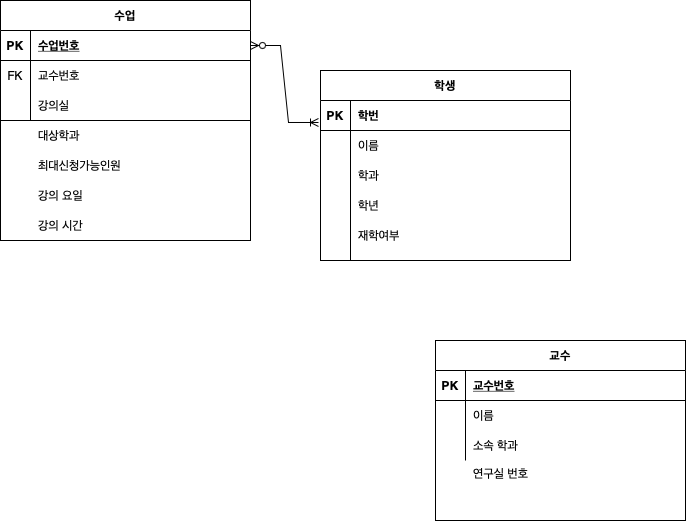
Before: Data Modeling/수강신청.drawio.png, a diagram exported from draw.io (ikkjun/SQL). Source tidied: cells renumbered, new cells last; positions are measured from the earlier drawing's top-left corner, leaving out a move shared by most shapes.
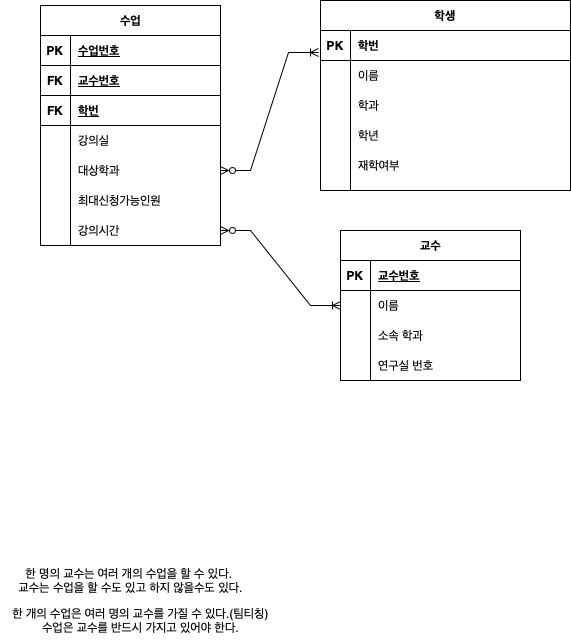
After the commit.

Commit message:
수강신청.drawio.png 업데이트

Diff of the diagram source:
```diff
@@ -2,102 +2,6 @@
   <root>
     <mxCell id="0" />
     <mxCell id="1" parent="0" />
-    <mxCell id="2" value="교수" style="shape=table;startSize=30;rowLines=0;fontStyle=1;align=center;" parent="1" vertex="1">
-      <mxGeometry x="435" y="340" width="250" height="180" as="geometry" />
-    </mxCell>
-    <mxCell id="3" style="shape=partialRectangle;fillColor=none;top=0;left=0;right=0;bottom=1;" parent="2" vertex="1">
-      <mxGeometry y="30" width="250" height="30" as="geometry" />
-    </mxCell>
-    <mxCell id="4" value="PK" style="shape=partialRectangle;overflow=hidden;fillColor=none;top=0;left=0;bottom=0;right=0;fontStyle=1;" parent="3" vertex="1">
-      <mxGeometry width="30" height="30" as="geometry" />
-    </mxCell>
-    <mxCell id="5" value="교수번호" style="shape=partialRectangle;overflow=hidden;fillColor=none;top=0;left=0;bottom=0;right=0;align=left;spacingLeft=6;fontStyle=5;" parent="3" vertex="1">
-      <mxGeometry x="30" width="220" height="30" as="geometry" />
-    </mxCell>
-    <mxCell id="6" style="shape=partialRectangle;fillColor=none;top=0;left=0;right=0;bottom=0;" parent="2" vertex="1">
-      <mxGeometry y="60" width="250" height="30" as="geometry" />
-    </mxCell>
-    <mxCell id="7" style="shape=partialRectangle;overflow=hidden;fillColor=none;top=0;left=0;bottom=0;right=0;" parent="6" vertex="1">
-      <mxGeometry width="30" height="30" as="geometry" />
-    </mxCell>
-    <mxCell id="8" value="이름" style="shape=partialRectangle;overflow=hidden;fillColor=none;top=0;left=0;bottom=0;right=0;align=left;spacingLeft=6;" parent="6" vertex="1">
-      <mxGeometry x="30" width="220" height="30" as="geometry" />
-    </mxCell>
-    <mxCell id="9" style="shape=partialRectangle;fillColor=none;top=0;left=0;right=0;bottom=0;" parent="2" vertex="1">
-      <mxGeometry y="90" width="250" height="30" as="geometry" />
-    </mxCell>
-    <mxCell id="10" style="shape=partialRectangle;overflow=hidden;fillColor=none;top=0;left=0;bottom=0;right=0;" parent="9" vertex="1">
-      <mxGeometry width="30" height="30" as="geometry" />
-    </mxCell>
-    <mxCell id="11" value="소속 학과" style="shape=partialRectangle;overflow=hidden;fillColor=none;top=0;left=0;bottom=0;right=0;align=left;spacingLeft=6;" parent="9" vertex="1">
-      <mxGeometry x="30" width="220" height="30" as="geometry" />
-    </mxCell>
-    <mxCell id="12" value="연구실 번호" style="shape=partialRectangle;overflow=hidden;fillColor=none;top=0;left=0;bottom=0;right=0;align=left;spacingLeft=6;" parent="1" vertex="1">
-      <mxGeometry x="465" y="458" width="220" height="30" as="geometry" />
-    </mxCell>
-    <mxCell id="13" style="group;" parent="1" vertex="1">
-      <mxGeometry width="250" height="240" as="geometry" />
-    </mxCell>
-    <mxCell id="14" value="수업" style="shape=table;startSize=30;rowLines=0;fontStyle=1;align=center;" parent="13" vertex="1">
-      <mxGeometry width="250" height="240" as="geometry" />
-    </mxCell>
-    <mxCell id="15" style="shape=partialRectangle;fillColor=none;points=[[0,0.5],[1,0.5]];portConstraint=eastwest;top=0;left=0;right=0;bottom=1;" parent="14" vertex="1">
-      <mxGeometry y="30" width="250" height="30" as="geometry" />
-    </mxCell>
-    <mxCell id="16" value="PK" style="shape=partialRectangle;overflow=hidden;fillColor=none;top=0;left=0;bottom=0;right=0;fontStyle=1;" parent="15" vertex="1">
-      <mxGeometry width="30" height="30" as="geometry" />
-    </mxCell>
-    <mxCell id="17" value="수업번호" style="shape=partialRectangle;overflow=hidden;fillColor=none;top=0;left=0;bottom=0;right=0;align=left;spacingLeft=6;fontStyle=5;" parent="15" vertex="1">
-      <mxGeometry x="30" width="220" height="30" as="geometry" />
-    </mxCell>
-    <mxCell id="18" style="shape=partialRectangle;fillColor=none;top=0;left=0;right=0;bottom=0;" parent="14" vertex="1">
-      <mxGeometry y="60" width="250" height="30" as="geometry" />
-    </mxCell>
-    <mxCell id="19" value="FK" style="shape=partialRectangle;overflow=hidden;fillColor=none;top=0;left=0;bottom=0;right=0;" parent="18" vertex="1">
-      <mxGeometry width="30" height="30" as="geometry" />
-    </mxCell>
-    <mxCell id="20" value="교수번호" style="shape=partialRectangle;overflow=hidden;fillColor=none;top=0;left=0;bottom=0;right=0;align=left;spacingLeft=6;" parent="18" vertex="1">
-      <mxGeometry x="30" width="220" height="30" as="geometry" />
-    </mxCell>
-    <mxCell id="21" style="shape=partialRectangle;fillColor=none;top=0;left=0;right=0;bottom=0;" parent="14" vertex="1">
-      <mxGeometry y="90" width="250" height="30" as="geometry" />
-    </mxCell>
-    <mxCell id="22" style="shape=partialRectangle;overflow=hidden;fillColor=none;top=0;left=0;bottom=0;right=0;" parent="21" vertex="1">
-      <mxGeometry width="30" height="30" as="geometry" />
-    </mxCell>
-    <mxCell id="23" value="강의실" style="shape=partialRectangle;overflow=hidden;fillColor=none;top=0;left=0;bottom=0;right=0;align=left;spacingLeft=6;" parent="21" vertex="1">
-      <mxGeometry x="30" width="220" height="30" as="geometry" />
-    </mxCell>
-    <mxCell id="24" value="대상학과" style="shape=partialRectangle;overflow=hidden;fillColor=none;top=0;left=0;bottom=0;right=0;align=left;spacingLeft=6;" parent="13" vertex="1">
-      <mxGeometry x="30" y="120" width="220" height="30" as="geometry" />
-    </mxCell>
-    <mxCell id="25" value="최대신청가능인원" style="shape=partialRectangle;overflow=hidden;fillColor=none;top=0;left=0;bottom=0;right=0;align=left;spacingLeft=6;" parent="13" vertex="1">
-      <mxGeometry x="30" y="150" width="220" height="30" as="geometry" />
-    </mxCell>
-    <mxCell id="26" value="강의 요일" style="shape=partialRectangle;overflow=hidden;fillColor=none;top=0;left=0;bottom=0;right=0;align=left;spacingLeft=6;" parent="13" vertex="1">
-      <mxGeometry x="30" y="180" width="220" height="30" as="geometry" />
-    </mxCell>
-    <mxCell id="27" value="강의 시간" style="shape=partialRectangle;overflow=hidden;fillColor=none;top=0;left=0;bottom=0;right=0;align=left;spacingLeft=6;" parent="13" vertex="1">
-      <mxGeometry x="30" y="210" width="220" height="30" as="geometry" />
-    </mxCell>
-    <mxCell id="28" style="endArrow=none;html=1;rounded=0;" parent="13" edge="1">
-      <mxGeometry relative="1" as="geometry">
-        <mxPoint x="30" y="120" as="sourcePoint" />
-        <mxPoint x="30" y="30" as="targetPoint" />
-      </mxGeometry>
-    </mxCell>
-    <mxCell id="29" style="endArrow=none;html=1;rounded=0;" parent="13" edge="1">
-      <mxGeometry relative="1" as="geometry">
-        <mxPoint y="120" as="sourcePoint" />
-        <mxPoint x="60" y="120" as="targetPoint" />
-      </mxGeometry>
-    </mxCell>
-    <mxCell id="30" style="endArrow=none;html=1;rounded=0;" parent="13" edge="1">
-      <mxGeometry relative="1" as="geometry">
-        <mxPoint x="15" y="120" as="sourcePoint" />
-        <mxPoint x="250" y="120" as="targetPoint" />
-      </mxGeometry>
-    </mxCell>
     <mxCell id="31" style="group;" parent="1" vertex="1">
       <mxGeometry x="320" y="70" width="250" height="190" as="geometry" />
     </mxCell>
@@ -149,7 +53,7 @@
     <mxCell id="47" value="재학여부" style="shape=partialRectangle;overflow=hidden;fillColor=none;top=0;left=0;bottom=0;right=0;align=left;spacingLeft=6;" parent="45" vertex="1">
       <mxGeometry x="30" width="220" height="30" as="geometry" />
     </mxCell>
-    <mxCell id="48" style="edgeStyle=entityRelationEdgeStyle;fontSize=12;html=1;endArrow=ERoneToMany;startArrow=ERzeroToMany;rounded=0;entryX=-0.008;entryY=0.733;entryDx=0;entryDy=0;entryPerimeter=0;exitX=1;exitY=0.5;exitDx=0;exitDy=0;" parent="1" edge="1" source="15" target="33">
+    <mxCell id="48" style="edgeStyle=entityRelationEdgeStyle;fontSize=12;html=1;endArrow=ERoneToMany;startArrow=ERzeroToMany;rounded=0;entryX=-0.008;entryY=0.733;entryDx=0;entryDy=0;entryPerimeter=0;exitX=1;exitY=0.5;exitDx=0;exitDy=0;" parent="1" edge="1" source="60" target="33">
       <mxGeometry relative="1" as="geometry" />
     </mxCell>
     <mxCell id="49" style="endArrow=none;html=1;rounded=0;entryX=0.12;entryY=0;entryDx=0;entryDy=0;entryPerimeter=0;" parent="1" edge="1" target="33">
@@ -157,5 +61,124 @@
         <mxPoint x="350" y="260" as="sourcePoint" />
       </mxGeometry>
     </mxCell>
+    <mxCell id="14" value="수업" style="shape=table;startSize=30;rowLines=0;fontStyle=1;align=center;html=1;" parent="1" vertex="1">
+      <mxGeometry x="40" y="75" width="180" height="240" as="geometry" />
+    </mxCell>
+    <mxCell id="50" style="shape=tableRow;horizontal=0;startSize=0;swimlaneHead=0;swimlaneBody=0;fillColor=none;top=0;left=0;right=0;bottom=1;" parent="14" vertex="1">
+      <mxGeometry y="30" width="180" height="30" as="geometry" />
+    </mxCell>
+    <mxCell id="51" value="PK" style="shape=partialRectangle;fillColor=none;top=0;left=0;bottom=0;right=0;fontStyle=1;overflow=hidden;whiteSpace=wrap;html=1;" parent="50" vertex="1">
+      <mxGeometry width="30" height="30" as="geometry" />
+    </mxCell>
+    <mxCell id="17" value="수업번호" style="shape=partialRectangle;fillColor=none;top=0;left=0;bottom=0;right=0;align=left;spacingLeft=6;fontStyle=5;overflow=hidden;whiteSpace=wrap;html=1;" parent="50" vertex="1">
+      <mxGeometry x="30" width="150" height="30" as="geometry" />
+    </mxCell>
+    <mxCell id="52" style="shape=tableRow;horizontal=0;startSize=0;swimlaneHead=0;swimlaneBody=0;fillColor=none;top=0;left=0;right=0;bottom=1;" parent="14" vertex="1">
+      <mxGeometry y="60" width="180" height="30" as="geometry" />
+    </mxCell>
+    <mxCell id="53" value="FK" style="shape=partialRectangle;fillColor=none;top=0;left=0;bottom=0;right=0;fontStyle=1;overflow=hidden;whiteSpace=wrap;html=1;" parent="52" vertex="1">
+      <mxGeometry width="30" height="30" as="geometry" />
+    </mxCell>
+    <mxCell id="54" value="교수번호" style="shape=partialRectangle;fillColor=none;top=0;left=0;bottom=0;right=0;align=left;spacingLeft=6;fontStyle=5;overflow=hidden;whiteSpace=wrap;html=1;" parent="52" vertex="1">
+      <mxGeometry x="30" width="150" height="30" as="geometry" />
+    </mxCell>
+    <mxCell id="55" style="shape=tableRow;horizontal=0;startSize=0;swimlaneHead=0;swimlaneBody=0;fillColor=none;top=0;left=0;right=0;bottom=1;" parent="14" vertex="1">
+      <mxGeometry y="90" width="180" height="30" as="geometry" />
+    </mxCell>
+    <mxCell id="56" value="FK" style="shape=partialRectangle;fillColor=none;top=0;left=0;bottom=0;right=0;fontStyle=1;overflow=hidden;whiteSpace=wrap;html=1;" parent="55" vertex="1">
+      <mxGeometry width="30" height="30" as="geometry" />
+    </mxCell>
+    <mxCell id="57" value="학번" style="shape=partialRectangle;fillColor=none;top=0;left=0;bottom=0;right=0;align=left;spacingLeft=6;fontStyle=5;overflow=hidden;whiteSpace=wrap;html=1;" parent="55" vertex="1">
+      <mxGeometry x="30" width="150" height="30" as="geometry" />
+    </mxCell>
+    <mxCell id="58" style="shape=tableRow;horizontal=0;startSize=0;swimlaneHead=0;swimlaneBody=0;fillColor=none;top=0;left=0;right=0;bottom=0;" parent="14" vertex="1">
+      <mxGeometry y="120" width="180" height="30" as="geometry" />
+    </mxCell>
+    <mxCell id="59" style="shape=partialRectangle;fillColor=none;top=0;left=0;bottom=0;right=0;overflow=hidden;whiteSpace=wrap;html=1;" parent="58" vertex="1">
+      <mxGeometry width="30" height="30" as="geometry" />
+    </mxCell>
+    <mxCell id="23" value="강의실" style="shape=partialRectangle;fillColor=none;top=0;left=0;bottom=0;right=0;align=left;spacingLeft=6;overflow=hidden;whiteSpace=wrap;html=1;" parent="58" vertex="1">
+      <mxGeometry x="30" width="150" height="30" as="geometry" />
+    </mxCell>
+    <mxCell id="60" style="shape=tableRow;horizontal=0;startSize=0;swimlaneHead=0;swimlaneBody=0;fillColor=none;points=[[0,0.5],[1,0.5]];portConstraint=eastwest;top=0;left=0;right=0;bottom=0;" parent="14" vertex="1">
+      <mxGeometry y="150" width="180" height="30" as="geometry" />
+    </mxCell>
+    <mxCell id="61" style="shape=partialRectangle;fillColor=none;top=0;left=0;bottom=0;right=0;overflow=hidden;whiteSpace=wrap;html=1;" parent="60" vertex="1">
+      <mxGeometry width="30" height="30" as="geometry" />
+    </mxCell>
+    <mxCell id="24" value="대상학과" style="shape=partialRectangle;fillColor=none;top=0;left=0;bottom=0;right=0;align=left;spacingLeft=6;overflow=hidden;whiteSpace=wrap;html=1;" parent="60" vertex="1">
+      <mxGeometry x="30" width="150" height="30" as="geometry" />
+    </mxCell>
+    <mxCell id="62" style="shape=tableRow;horizontal=0;startSize=0;swimlaneHead=0;swimlaneBody=0;fillColor=none;top=0;left=0;right=0;bottom=0;" parent="14" vertex="1">
+      <mxGeometry y="180" width="180" height="30" as="geometry" />
+    </mxCell>
+    <mxCell id="63" style="shape=partialRectangle;fillColor=none;top=0;left=0;bottom=0;right=0;overflow=hidden;whiteSpace=wrap;html=1;" parent="62" vertex="1">
+      <mxGeometry width="30" height="30" as="geometry" />
+    </mxCell>
+    <mxCell id="25" value="최대신청가능인원" style="shape=partialRectangle;fillColor=none;top=0;left=0;bottom=0;right=0;align=left;spacingLeft=6;overflow=hidden;whiteSpace=wrap;html=1;" parent="62" vertex="1">
+      <mxGeometry x="30" width="150" height="30" as="geometry" />
+    </mxCell>
+    <mxCell id="64" style="shape=tableRow;horizontal=0;startSize=0;swimlaneHead=0;swimlaneBody=0;fillColor=none;points=[[0,0.5],[1,0.5]];portConstraint=eastwest;top=0;left=0;right=0;bottom=0;" parent="14" vertex="1">
+      <mxGeometry y="210" width="180" height="30" as="geometry" />
+    </mxCell>
+    <mxCell id="65" style="shape=partialRectangle;fillColor=none;top=0;left=0;bottom=0;right=0;overflow=hidden;whiteSpace=wrap;html=1;" parent="64" vertex="1">
+      <mxGeometry width="30" height="30" as="geometry" />
+    </mxCell>
+    <mxCell id="66" value="강의시간" style="shape=partialRectangle;fillColor=none;top=0;left=0;bottom=0;right=0;align=left;spacingLeft=6;overflow=hidden;whiteSpace=wrap;html=1;" parent="64" vertex="1">
+      <mxGeometry x="30" width="150" height="30" as="geometry" />
+    </mxCell>
+    <mxCell id="2" value="교수" style="shape=table;startSize=30;rowLines=0;fontStyle=1;align=center;html=1;" parent="1" vertex="1">
+      <mxGeometry x="340" y="300" width="180" height="150" as="geometry" />
+    </mxCell>
+    <mxCell id="67" style="shape=tableRow;horizontal=0;startSize=0;swimlaneHead=0;swimlaneBody=0;fillColor=none;top=0;left=0;right=0;bottom=1;" parent="2" vertex="1">
+      <mxGeometry y="30" width="180" height="30" as="geometry" />
+    </mxCell>
+    <mxCell id="68" value="PK" style="shape=partialRectangle;fillColor=none;top=0;left=0;bottom=0;right=0;fontStyle=1;overflow=hidden;whiteSpace=wrap;html=1;" parent="67" vertex="1">
+      <mxGeometry width="30" height="30" as="geometry" />
+    </mxCell>
+    <mxCell id="69" value="교수번호" style="shape=partialRectangle;fillColor=none;top=0;left=0;bottom=0;right=0;align=left;spacingLeft=6;fontStyle=5;overflow=hidden;whiteSpace=wrap;html=1;" parent="67" vertex="1">
+      <mxGeometry x="30" width="150" height="30" as="geometry" />
+    </mxCell>
+    <mxCell id="70" style="shape=tableRow;horizontal=0;startSize=0;swimlaneHead=0;swimlaneBody=0;fillColor=none;points=[[0,0.5],[1,0.5]];portConstraint=eastwest;top=0;left=0;right=0;bottom=0;" parent="2" vertex="1">
+      <mxGeometry y="60" width="180" height="30" as="geometry" />
+    </mxCell>
+    <mxCell id="71" style="shape=partialRectangle;fillColor=none;top=0;left=0;bottom=0;right=0;overflow=hidden;whiteSpace=wrap;html=1;" parent="70" vertex="1">
+      <mxGeometry width="30" height="30" as="geometry" />
+    </mxCell>
+    <mxCell id="8" value="이름" style="shape=partialRectangle;fillColor=none;top=0;left=0;bottom=0;right=0;align=left;spacingLeft=6;overflow=hidden;whiteSpace=wrap;html=1;" parent="70" vertex="1">
+      <mxGeometry x="30" width="150" height="30" as="geometry" />
+    </mxCell>
+    <mxCell id="72" style="shape=tableRow;horizontal=0;startSize=0;swimlaneHead=0;swimlaneBody=0;fillColor=none;top=0;left=0;right=0;bottom=0;" parent="2" vertex="1">
+      <mxGeometry y="90" width="180" height="30" as="geometry" />
+    </mxCell>
+    <mxCell id="73" style="shape=partialRectangle;fillColor=none;top=0;left=0;bottom=0;right=0;overflow=hidden;whiteSpace=wrap;html=1;" parent="72" vertex="1">
+      <mxGeometry width="30" height="30" as="geometry" />
+    </mxCell>
+    <mxCell id="11" value="소속 학과" style="shape=partialRectangle;fillColor=none;top=0;left=0;bottom=0;right=0;align=left;spacingLeft=6;overflow=hidden;whiteSpace=wrap;html=1;" parent="72" vertex="1">
+      <mxGeometry x="30" width="150" height="30" as="geometry" />
+    </mxCell>
+    <mxCell id="74" style="shape=tableRow;horizontal=0;startSize=0;swimlaneHead=0;swimlaneBody=0;fillColor=none;top=0;left=0;right=0;bottom=0;" parent="2" vertex="1">
+      <mxGeometry y="120" width="180" height="30" as="geometry" />
+    </mxCell>
+    <mxCell id="75" style="shape=partialRectangle;fillColor=none;top=0;left=0;bottom=0;right=0;overflow=hidden;whiteSpace=wrap;html=1;" parent="74" vertex="1">
+      <mxGeometry width="30" height="30" as="geometry" />
+    </mxCell>
+    <mxCell id="12" value="연구실 번호" style="shape=partialRectangle;fillColor=none;top=0;left=0;bottom=0;right=0;align=left;spacingLeft=6;overflow=hidden;whiteSpace=wrap;html=1;" parent="74" vertex="1">
+      <mxGeometry x="30" width="150" height="30" as="geometry" />
+    </mxCell>
+    <mxCell id="76" value="한 명의 교수는 여러 개의 수업을 할 수 있다.&amp;nbsp;&lt;br&gt;교수는 수업을 할 수도 있고 하지 않을수도 있다." style="text;html=1;align=center;verticalAlign=middle;strokeColor=none;fillColor=none;" parent="1" vertex="1">
+      <mxGeometry x="5" y="630" width="250" height="40" as="geometry" />
+    </mxCell>
+    <mxCell id="77" value="한 개의 수업은 여러 명의 교수를 가질 수 있다.(팀티칭)&lt;br&gt;수업은 교수를 반드시 가지고 있어야 한다." style="text;html=1;align=center;verticalAlign=middle;strokeColor=none;fillColor=none;" parent="1" vertex="1">
+      <mxGeometry y="670" width="280" height="40" as="geometry" />
+    </mxCell>
+    <mxCell id="78" style="edgeStyle=entityRelationEdgeStyle;fontSize=12;html=1;endArrow=ERoneToMany;startArrow=ERzeroToMany;rounded=0;entryX=0;entryY=0.5;entryDx=0;entryDy=0;exitX=1;exitY=0.5;exitDx=0;exitDy=0;" parent="1" edge="1" source="64" target="70">
+      <mxGeometry relative="1" as="geometry">
+        <Array as="points">
+          <mxPoint x="367" y="374" />
+          <mxPoint x="393" y="374" />
+        </Array>
+      </mxGeometry>
+    </mxCell>
   </root>
 </mxGraphModel>
```
